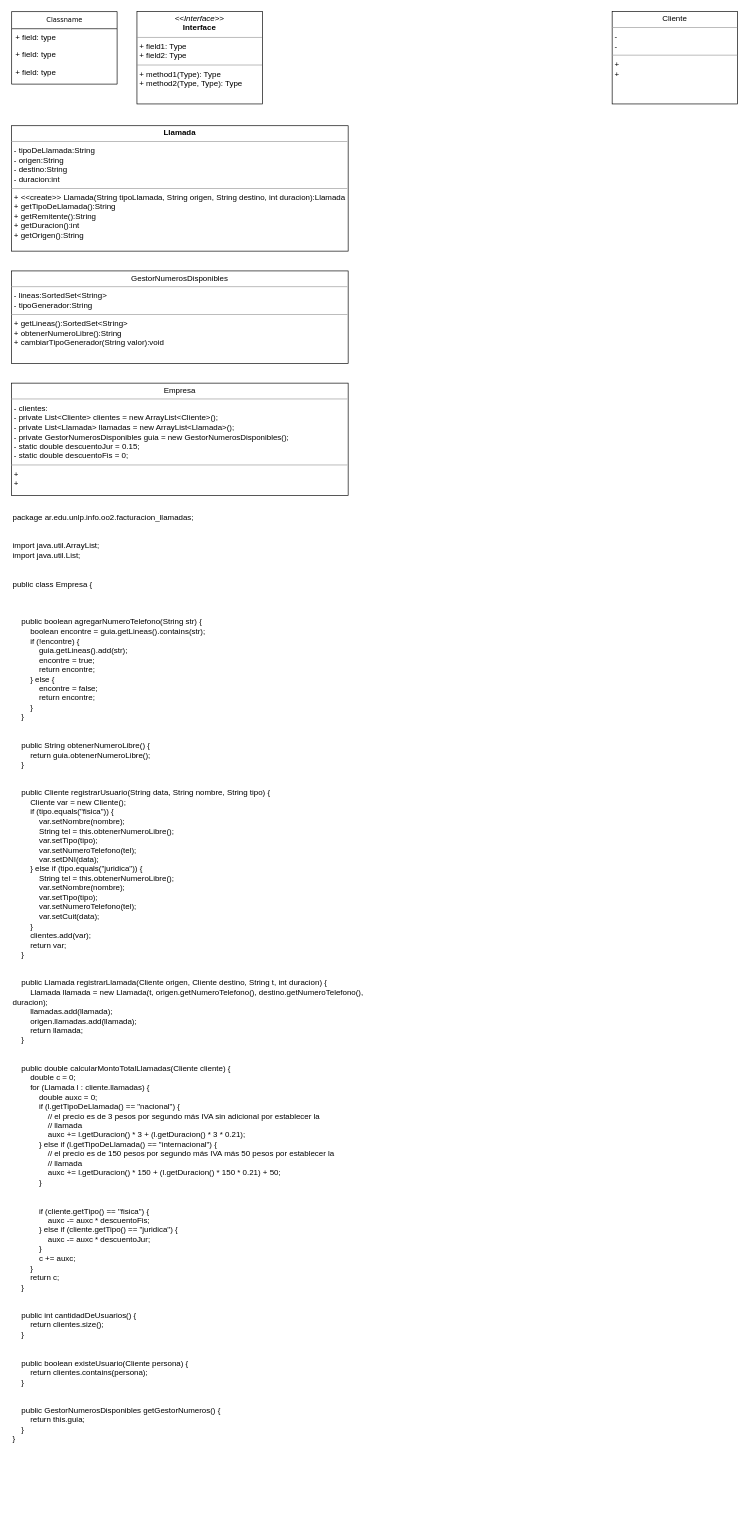
Above: uml-inicial.drawio in Fabian-Martinez-Rincon/Facturacion_de_llamadas (draw.io), before the change. Source tidied: cells renumbered, new cells numbered last; positions are measured from the earlier drawing's top-left corner, leaving out a move shared by most shapes. Both pictures are drawn from the tidied source at 66%, with x=0, y=0 at pixel (11, 11).
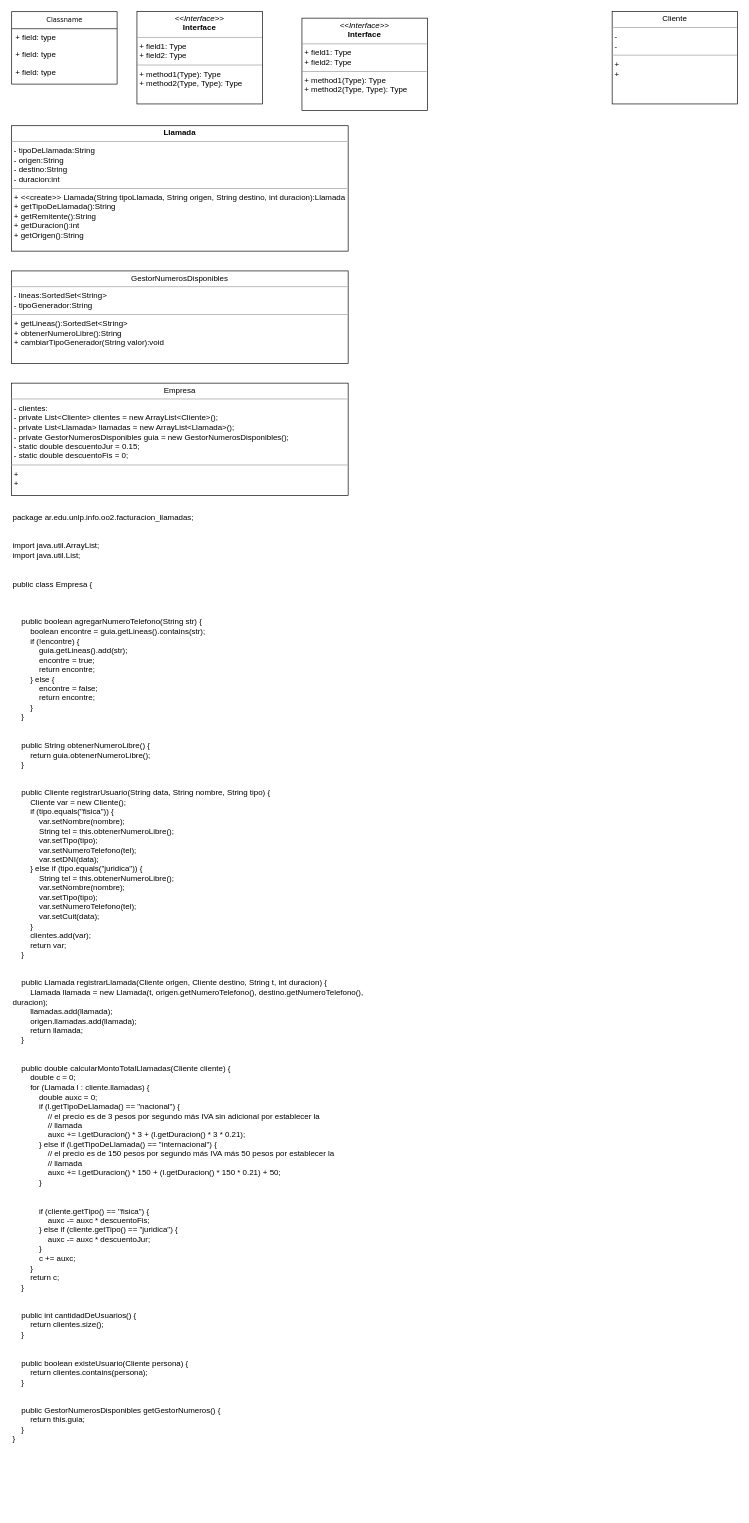
The same diagram, later.

The edit, as a diff of the source:
```diff
@@
 <mxGraphModel>
   <root>
     <mxCell id="0" />
     <mxCell id="1" parent="0" />
     <mxCell id="2" value="Classname" style="swimlane;html=1;fontStyle=0;horizontal=1;startSize=26;fillColor=none;swimlaneFillColor=#ffffff;rounded=0;shadow=0;comic=0;labelBackgroundColor=none;strokeWidth=1;fontFamily=Verdana;fontSize=10;align=center;" parent="1" vertex="1">
       <mxGeometry width="160" height="110" as="geometry" />
     </mxCell>
     <mxCell id="3" value="+ field: type" style="text;html=1;strokeColor=none;fillColor=none;align=left;verticalAlign=top;spacingLeft=4;spacingRight=4;whiteSpace=wrap;overflow=hidden;" parent="2" vertex="1">
       <mxGeometry y="26" width="160" height="26" as="geometry" />
     </mxCell>
     <mxCell id="4" value="+ field: type" style="text;html=1;strokeColor=none;fillColor=none;align=left;verticalAlign=top;spacingLeft=4;spacingRight=4;whiteSpace=wrap;overflow=hidden;" parent="2" vertex="1">
       <mxGeometry y="52" width="160" height="26" as="geometry" />
     </mxCell>
     <mxCell id="5" value="+ field: type" style="text;html=1;strokeColor=none;fillColor=none;align=left;verticalAlign=top;spacingLeft=4;spacingRight=4;whiteSpace=wrap;overflow=hidden;" parent="2" vertex="1">
       <mxGeometry y="78" width="160" height="26" as="geometry" />
     </mxCell>
     <mxCell id="6" value="&lt;p style=&quot;margin:0px;margin-top:4px;text-align:center;&quot;&gt;&lt;i&gt;&amp;lt;&amp;lt;Interface&amp;gt;&amp;gt;&lt;/i&gt;&lt;br/&gt;&lt;b&gt;Interface&lt;/b&gt;&lt;/p&gt;&lt;hr size=&quot;1&quot;/&gt;&lt;p style=&quot;margin:0px;margin-left:4px;&quot;&gt;+ field1: Type&lt;br/&gt;+ field2: Type&lt;/p&gt;&lt;hr size=&quot;1&quot;/&gt;&lt;p style=&quot;margin:0px;margin-left:4px;&quot;&gt;+ method1(Type): Type&lt;br/&gt;+ method2(Type, Type): Type&lt;/p&gt;" style="verticalAlign=top;align=left;overflow=fill;fontSize=12;fontFamily=Helvetica;html=1;rounded=0;shadow=0;comic=0;labelBackgroundColor=none;strokeWidth=1;" parent="1" vertex="1">
       <mxGeometry x="190" width="190" height="140" as="geometry" />
     </mxCell>
     <mxCell id="7" value="&lt;p style=&quot;margin:0px;margin-top:4px;text-align:center;&quot;&gt;&lt;b&gt;Llamada&lt;/b&gt;&lt;/p&gt;&lt;hr size=&quot;1&quot;&gt;&lt;p style=&quot;margin:0px;margin-left:4px;&quot;&gt;- tipoDeLlamada:String&lt;br&gt;- origen:String&lt;/p&gt;&lt;p style=&quot;margin:0px;margin-left:4px;&quot;&gt;- destino:String&lt;br&gt;- duracion:int&lt;/p&gt;&lt;hr size=&quot;1&quot;&gt;&lt;p style=&quot;margin:0px;margin-left:4px;&quot;&gt;+ &amp;lt;&amp;lt;create&amp;gt;&amp;gt; Llamada(String tipoLlamada, String origen, String destino, int duracion):Llamada&lt;br&gt;+&amp;nbsp;getTipoDeLlamada():String&lt;/p&gt;&lt;p style=&quot;margin:0px;margin-left:4px;&quot;&gt;+&amp;nbsp;getRemitente():String&lt;/p&gt;&lt;p style=&quot;margin:0px;margin-left:4px;&quot;&gt;+&amp;nbsp;getDuracion():int&lt;/p&gt;&lt;p style=&quot;margin:0px;margin-left:4px;&quot;&gt;+ getOrigen():String&lt;/p&gt;" style="verticalAlign=top;align=left;overflow=fill;fontSize=12;fontFamily=Helvetica;html=1;rounded=0;shadow=0;comic=0;labelBackgroundColor=none;strokeWidth=1;" parent="1" vertex="1">
       <mxGeometry y="173" width="510" height="190" as="geometry" />
     </mxCell>
     <mxCell id="8" value="&lt;p style=&quot;margin:0px;margin-top:4px;text-align:center;&quot;&gt;GestorNumerosDisponibles&lt;br&gt;&lt;/p&gt;&lt;hr size=&quot;1&quot;&gt;&lt;p style=&quot;margin:0px;margin-left:4px;&quot;&gt;- lineas:&lt;span style=&quot;text-wrap: wrap;&quot;&gt;SortedSet&amp;lt;String&amp;gt;&lt;/span&gt;&lt;br&gt;-&amp;nbsp;tipoGenerador:String&lt;/p&gt;&lt;hr size=&quot;1&quot;&gt;&lt;p style=&quot;margin:0px;margin-left:4px;&quot;&gt;+ getLineas():SortedSet&amp;lt;String&amp;gt;&lt;br&gt;+ obtenerNumeroLibre():&lt;span style=&quot;background-color: initial;&quot;&gt;String&lt;/span&gt;&lt;/p&gt;&lt;p style=&quot;margin:0px;margin-left:4px;&quot;&gt;&lt;span style=&quot;background-color: initial;&quot;&gt;+&amp;nbsp;&lt;/span&gt;&lt;span style=&quot;background-color: initial;&quot;&gt;cambiarTipoGenerador(String valor):&lt;/span&gt;&lt;span style=&quot;background-color: initial;&quot;&gt;void&lt;/span&gt;&lt;span style=&quot;background-color: initial;&quot;&gt;&amp;nbsp;&lt;/span&gt;&lt;/p&gt;" style="verticalAlign=top;align=left;overflow=fill;fontSize=12;fontFamily=Helvetica;html=1;rounded=0;shadow=0;comic=0;labelBackgroundColor=none;strokeWidth=1;" parent="1" vertex="1">
       <mxGeometry y="393" width="510" height="140" as="geometry" />
     </mxCell>
     <mxCell id="9" value="&lt;p style=&quot;margin:0px;margin-top:4px;text-align:center;&quot;&gt;Empresa&lt;br&gt;&lt;/p&gt;&lt;hr size=&quot;1&quot;&gt;&lt;p style=&quot;margin:0px;margin-left:4px;&quot;&gt;-&amp;nbsp;&lt;span style=&quot;text-wrap: wrap;&quot;&gt;clientes:&amp;nbsp;&lt;/span&gt;&lt;br&gt;-&amp;nbsp;&lt;span style=&quot;text-wrap: wrap; background-color: initial;&quot;&gt;private List&amp;lt;Cliente&amp;gt; clientes = new ArrayList&amp;lt;Cliente&amp;gt;();&lt;/span&gt;&lt;/p&gt;&lt;p style=&quot;margin:0px;margin-left:4px;&quot;&gt;&lt;span style=&quot;text-wrap: wrap;&quot;&gt;- private List&amp;lt;Llamada&amp;gt; llamadas = new ArrayList&amp;lt;Llamada&amp;gt;();&lt;/span&gt;&lt;br style=&quot;padding: 0px; margin: 0px; text-wrap: wrap;&quot;&gt;&lt;span style=&quot;text-wrap: wrap;&quot;&gt;- private GestorNumerosDisponibles guia = new GestorNumerosDisponibles();&lt;/span&gt;&lt;br style=&quot;padding: 0px; margin: 0px; text-wrap: wrap;&quot;&gt;&lt;span style=&quot;text-wrap: wrap;&quot;&gt;- static double descuentoJur = 0.15;&lt;/span&gt;&lt;br style=&quot;padding: 0px; margin: 0px; text-wrap: wrap;&quot;&gt;&lt;span style=&quot;text-wrap: wrap;&quot;&gt;- static double descuentoFis = 0;&lt;/span&gt;&lt;br&gt;&lt;/p&gt;&lt;hr size=&quot;1&quot;&gt;&lt;p style=&quot;margin:0px;margin-left:4px;&quot;&gt;+&amp;nbsp;&lt;br&gt;+&amp;nbsp;&lt;/p&gt;" style="verticalAlign=top;align=left;overflow=fill;fontSize=12;fontFamily=Helvetica;html=1;rounded=0;shadow=0;comic=0;labelBackgroundColor=none;strokeWidth=1;" parent="1" vertex="1">
       <mxGeometry y="563" width="510" height="170" as="geometry" />
     </mxCell>
     <mxCell id="10" value="&lt;p style=&quot;margin:0px;margin-top:4px;text-align:center;&quot;&gt;Cliente&lt;br&gt;&lt;/p&gt;&lt;hr size=&quot;1&quot;&gt;&lt;p style=&quot;margin:0px;margin-left:4px;&quot;&gt;-&amp;nbsp;&lt;br&gt;-&amp;nbsp;&lt;/p&gt;&lt;hr size=&quot;1&quot;&gt;&lt;p style=&quot;margin:0px;margin-left:4px;&quot;&gt;+&amp;nbsp;&lt;br&gt;+&amp;nbsp;&lt;/p&gt;" style="verticalAlign=top;align=left;overflow=fill;fontSize=12;fontFamily=Helvetica;html=1;rounded=0;shadow=0;comic=0;labelBackgroundColor=none;strokeWidth=1;" parent="1" vertex="1">
       <mxGeometry x="910" width="190" height="140" as="geometry" />
     </mxCell>
     <mxCell id="11" value="package ar.edu.unlp.info.oo2.facturacion_llamadas;&#10;&#10;&#10;import java.util.ArrayList;&#10;import java.util.List;&#10;&#10;&#10;public class Empresa {&#10;    &#10;&#10;&#10;    public boolean agregarNumeroTelefono(String str) {&#10;        boolean encontre = guia.getLineas().contains(str);&#10;        if (!encontre) {&#10;            guia.getLineas().add(str);&#10;            encontre = true;&#10;            return encontre;&#10;        } else {&#10;            encontre = false;&#10;            return encontre;&#10;        }&#10;    }&#10;&#10;&#10;    public String obtenerNumeroLibre() {&#10;        return guia.obtenerNumeroLibre();&#10;    }&#10;&#10;&#10;    public Cliente registrarUsuario(String data, String nombre, String tipo) {&#10;        Cliente var = new Cliente();&#10;        if (tipo.equals(&quot;fisica&quot;)) {&#10;            var.setNombre(nombre);&#10;            String tel = this.obtenerNumeroLibre();&#10;            var.setTipo(tipo);&#10;            var.setNumeroTelefono(tel);&#10;            var.setDNI(data);&#10;        } else if (tipo.equals(&quot;juridica&quot;)) {&#10;            String tel = this.obtenerNumeroLibre();&#10;            var.setNombre(nombre);&#10;            var.setTipo(tipo);&#10;            var.setNumeroTelefono(tel);&#10;            var.setCuit(data);&#10;        }&#10;        clientes.add(var);&#10;        return var;&#10;    }&#10;&#10;&#10;    public Llamada registrarLlamada(Cliente origen, Cliente destino, String t, int duracion) {&#10;        Llamada llamada = new Llamada(t, origen.getNumeroTelefono(), destino.getNumeroTelefono(), duracion);&#10;        llamadas.add(llamada);&#10;        origen.llamadas.add(llamada);&#10;        return llamada;&#10;    }&#10;&#10;&#10;    public double calcularMontoTotalLlamadas(Cliente cliente) {&#10;        double c = 0;&#10;        for (Llamada l : cliente.llamadas) {&#10;            double auxc = 0;&#10;            if (l.getTipoDeLlamada() == &quot;nacional&quot;) {&#10;                // el precio es de 3 pesos por segundo más IVA sin adicional por establecer la&#10;                // llamada&#10;                auxc += l.getDuracion() * 3 + (l.getDuracion() * 3 * 0.21);&#10;            } else if (l.getTipoDeLlamada() == &quot;internacional&quot;) {&#10;                // el precio es de 150 pesos por segundo más IVA más 50 pesos por establecer la&#10;                // llamada&#10;                auxc += l.getDuracion() * 150 + (l.getDuracion() * 150 * 0.21) + 50;&#10;            }&#10;&#10;&#10;            if (cliente.getTipo() == &quot;fisica&quot;) {&#10;                auxc -= auxc * descuentoFis;&#10;            } else if (cliente.getTipo() == &quot;juridica&quot;) {&#10;                auxc -= auxc * descuentoJur;&#10;            }&#10;            c += auxc;&#10;        }&#10;        return c;&#10;    }&#10;&#10;&#10;    public int cantidadDeUsuarios() {&#10;        return clientes.size();&#10;    }&#10;&#10;&#10;    public boolean existeUsuario(Cliente persona) {&#10;        return clientes.contains(persona);&#10;    }&#10;&#10;&#10;    public GestorNumerosDisponibles getGestorNumeros() {&#10;        return this.guia;&#10;    }&#10;}" style="text;whiteSpace=wrap;" parent="1" vertex="1">
       <mxGeometry y="753" width="560" height="1520" as="geometry" />
     </mxCell>
+    <mxCell id="12" value="&lt;p style=&quot;margin:0px;margin-top:4px;text-align:center;&quot;&gt;&lt;i&gt;&amp;lt;&amp;lt;Interface&amp;gt;&amp;gt;&lt;/i&gt;&lt;br/&gt;&lt;b&gt;Interface&lt;/b&gt;&lt;/p&gt;&lt;hr size=&quot;1&quot;/&gt;&lt;p style=&quot;margin:0px;margin-left:4px;&quot;&gt;+ field1: Type&lt;br/&gt;+ field2: Type&lt;/p&gt;&lt;hr size=&quot;1&quot;/&gt;&lt;p style=&quot;margin:0px;margin-left:4px;&quot;&gt;+ method1(Type): Type&lt;br/&gt;+ method2(Type, Type): Type&lt;/p&gt;" style="verticalAlign=top;align=left;overflow=fill;fontSize=12;fontFamily=Helvetica;html=1;rounded=0;shadow=0;comic=0;labelBackgroundColor=none;strokeWidth=1;" parent="1" vertex="1">
+      <mxGeometry x="440" y="10" width="190" height="140" as="geometry" />
+    </mxCell>
   </root>
 </mxGraphModel>
```
